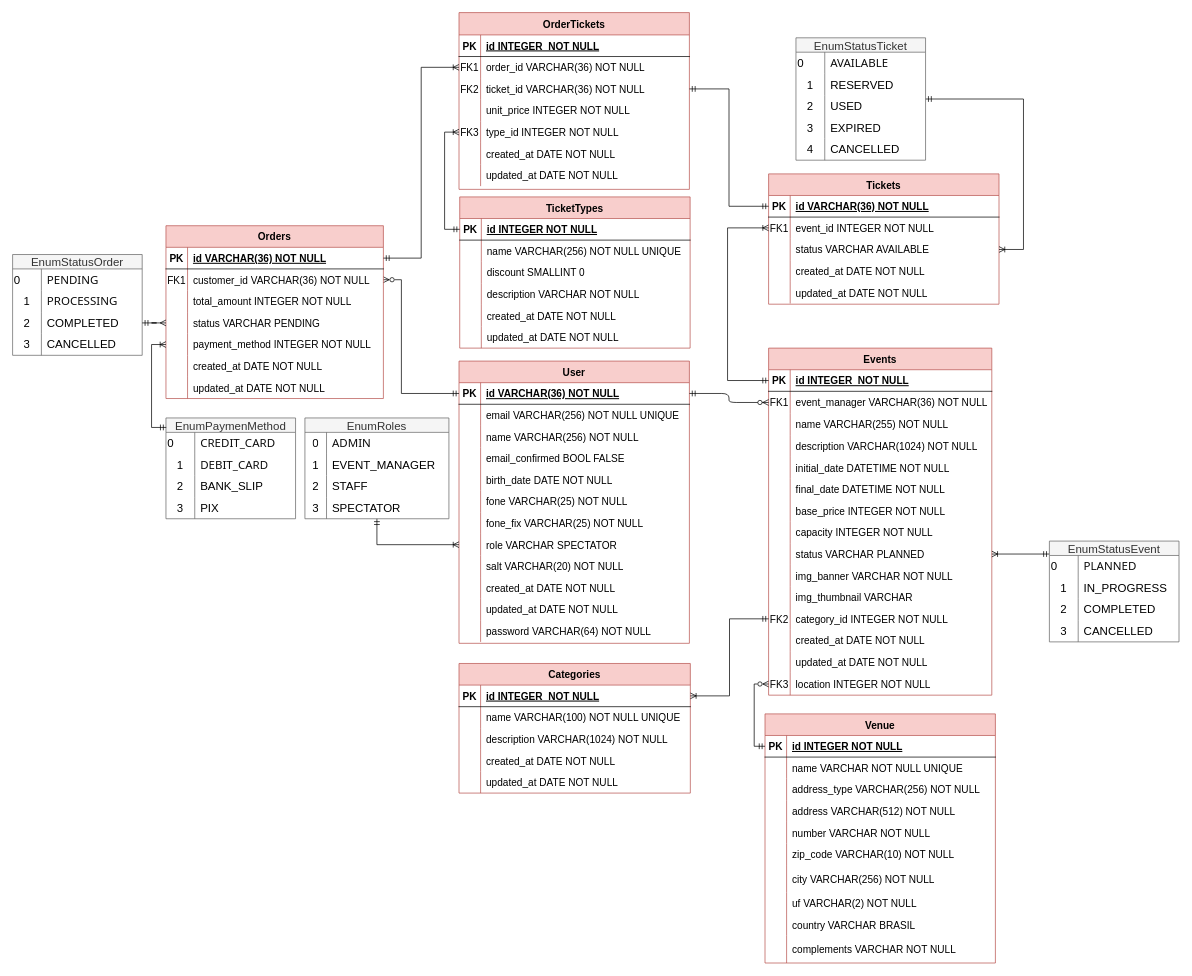
This is ticketeasypro/docs/Diagrama Entidade-Relacionamento.drawio from Christian4227/IES301_2024, a draw.io file, before an edit. Source tidied: cells renumbered, new cells numbered last; positions are measured from the earlier drawing's top-left corner, leaving out a move shared by most shapes. Both pictures are drawn from the tidied source at 72%, with x=0, y=0 at pixel (12, 12).
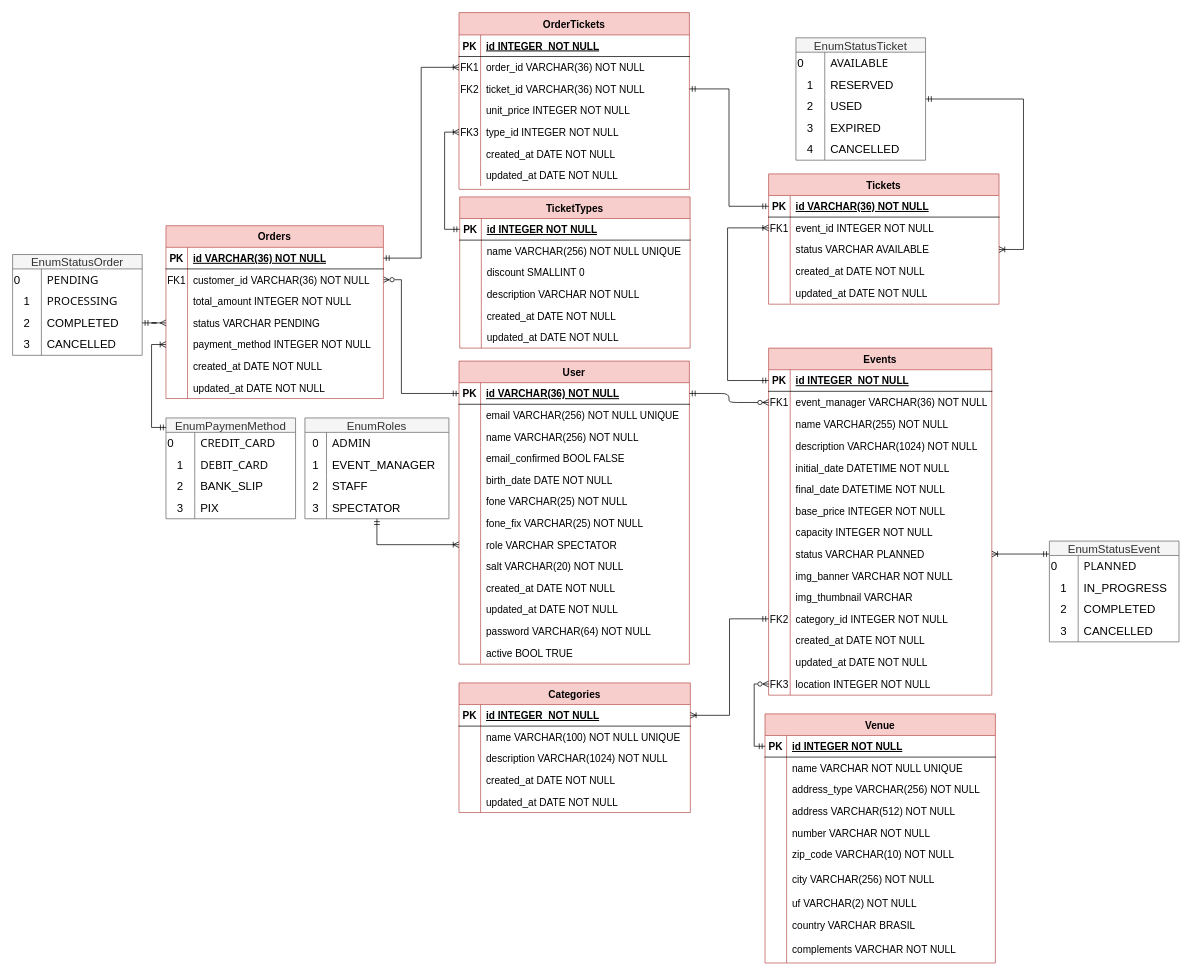
After the change.

Commit message:
feat: geração de token de validação do email, rotas para o mesmo

What changed in the source:
```diff
@@
     <mxCell id="48" value="User" style="shape=table;startSize=30;childLayout=tableLayout;rowLines=0;fontStyle=1;align=center;fillColor=#f8cecc;strokeColor=#b85450;fontSize=14;" parent="1" vertex="1">
-      <mxGeometry x="620" y="484" width="320" height="392" as="geometry" />
+      <mxGeometry x="620" y="484" width="320" height="421" as="geometry" />
     </mxCell>
@@
+    <mxCell id="292" style="shape=partialRectangle;fillColor=none;top=0;left=0;right=0;bottom=0;fontSize=14;" parent="48" vertex="1">
+      <mxGeometry y="390" width="320" height="30" as="geometry" />
+    </mxCell>
+    <mxCell id="293" style="shape=partialRectangle;overflow=hidden;fillColor=none;top=0;left=0;bottom=0;right=0;fontSize=14;" parent="292" vertex="1">
+      <mxGeometry width="30" height="30" as="geometry" />
+    </mxCell>
+    <mxCell id="294" value="active BOOL TRUE" style="shape=partialRectangle;overflow=hidden;fillColor=none;top=0;left=0;bottom=0;right=0;align=left;spacingLeft=6;fontSize=14;" parent="292" vertex="1">
+      <mxGeometry x="30" width="290" height="30" as="geometry" />
+    </mxCell>
     <mxCell id="85" value="Categories" style="shape=table;startSize=30;childLayout=tableLayout;rowLines=0;fontStyle=1;align=center;fillColor=#f8cecc;strokeColor=#b85450;fontSize=14;" parent="1" vertex="1">
-      <mxGeometry x="620" y="904" width="321.3" height="180" as="geometry" />
+      <mxGeometry x="620" y="931" width="321.3" height="180" as="geometry" />
     </mxCell>
```
